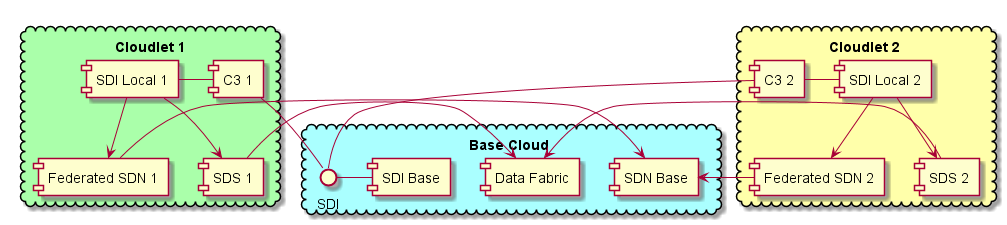
Above: docs/Solution/Physical.png in CAADE/CloudLet (PlantUML), before the change.
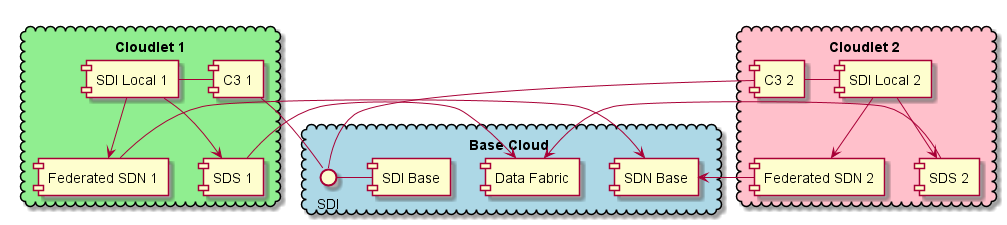
The same file after the commit.

Change to the diagram source:
```diff
@@ -1,13 +1,13 @@
 @startuml
 
-cloud "Base Cloud" #aaffff {
+cloud "Base Cloud" #lightblue {
 SDI - [SDI Base]
 [SDI Base]
 [SDN Base]
 [Data Fabric]
 }
 
-cloud "Cloudlet 1" #aaffaa {
+cloud "Cloudlet 1" #lightgreen {
 [C3 1] - [SDI Local 1]
 [SDI Local 1] --> [Federated SDN 1]
 [SDI Local 1] --> [SDS 1]
@@ -16,7 +16,7 @@
 [C3 1] - [SDI]
 }
 
-cloud "Cloudlet 2 " #ffffaa {
+cloud "Cloudlet 2 " #pink {
 [C3 2] - [SDI Local 2]
 [SDI Local 2] --> [Federated SDN 2]
 [SDI Local 2] --> [SDS 2]
```
